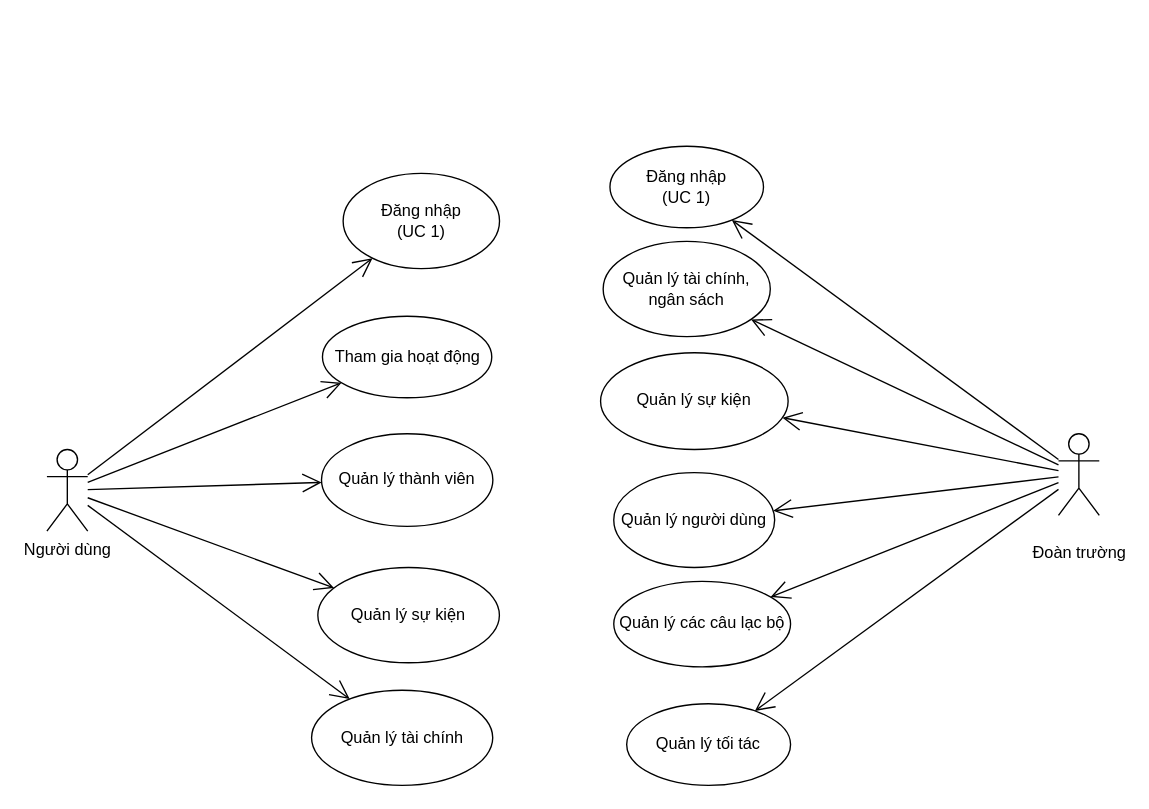
Before: page "usecase" (15 of 18) of Diagram.drawio in DnhTrn/finall_project, a draw.io diagram. Source tidied: cells renumbered, new cells numbered last; positions are measured from the earlier drawing's top-left corner, leaving out a move shared by most shapes. Both pictures are drawn from the tidied source at 136%, with x=0, y=0 at pixel (46, 146).
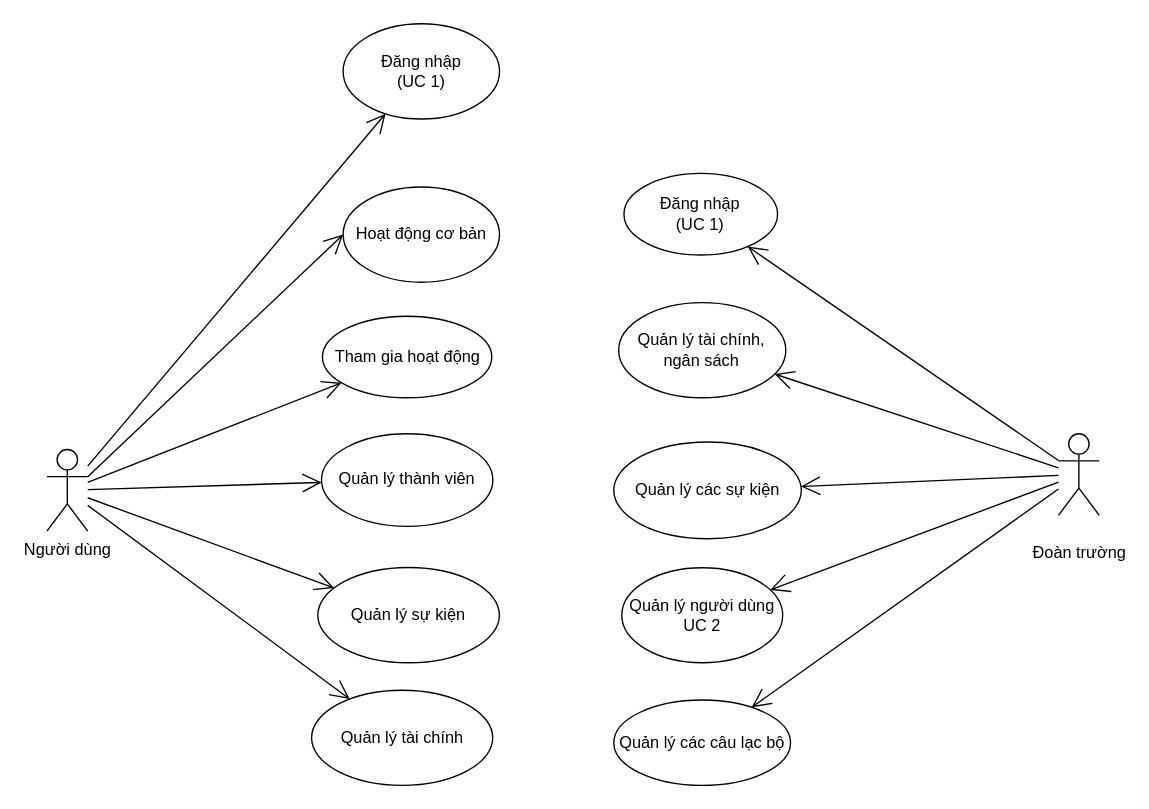
The same page after the edit.

Unchanged cells that the change refers to:
```xml
<mxCell id="2" value="Người dùng" style="shape=umlActor;verticalLabelPosition=bottom;verticalAlign=top;html=1;outlineConnect=0;" parent="1" vertex="1">
  <mxGeometry y="223" width="30" height="60" as="geometry" />
</mxCell>
<mxCell id="3" value="&lt;div&gt;&lt;br&gt;&lt;/div&gt;&lt;div&gt;Đoàn trường&lt;/div&gt;" style="shape=umlActor;verticalLabelPosition=bottom;verticalAlign=top;html=1;outlineConnect=0;" parent="1" vertex="1">
  <mxGeometry x="743.8" y="211.4" width="30" height="60" as="geometry" />
</mxCell>
```

What changed in the source:
```diff
@@
     <mxCell id="5" value="Quản lý các câu lạc bộ" style="ellipse;whiteSpace=wrap;html=1;" parent="1" vertex="1">
-      <mxGeometry x="416.8" y="320" width="130" height="62.8" as="geometry" />
+      <mxGeometry x="416.8" y="407.2" width="130" height="62.8" as="geometry" />
     </mxCell>
@@
     <mxCell id="7" value="Đăng nhập&lt;div&gt;(UC 1)&lt;/div&gt;" style="ellipse;whiteSpace=wrap;html=1;" parent="1" vertex="1">
-      <mxGeometry x="217.8" y="20" width="115" height="70" as="geometry" />
+      <mxGeometry x="217.8" y="-90" width="115" height="70" as="geometry" />
     </mxCell>
@@
-    <mxCell id="15" value="Quản lý&lt;span style=&quot;background-color: initial;&quot;&gt;&amp;nbsp;sự kiện&lt;/span&gt;" style="ellipse;whiteSpace=wrap;html=1;" parent="1" vertex="1">
-      <mxGeometry x="407.1" y="151.9" width="137.9" height="71.1" as="geometry" />
+    <mxCell id="15" value="Quản lý các&lt;span style=&quot;background-color: initial;&quot;&gt;&amp;nbsp;sự kiện&lt;/span&gt;" style="ellipse;whiteSpace=wrap;html=1;" parent="1" vertex="1">
+      <mxGeometry x="416.8" y="217.5" width="137.9" height="71.1" as="geometry" />
     </mxCell>
     <mxCell id="16" value="Quản lý tài chính,&lt;div&gt;&lt;span style=&quot;background-color: initial;&quot;&gt;ngân sách&lt;/span&gt;&lt;/div&gt;" style="ellipse;whiteSpace=wrap;html=1;" parent="1" vertex="1">
-      <mxGeometry x="409" y="70" width="122.9" height="70" as="geometry" />
+      <mxGeometry x="420.4" y="115" width="122.9" height="70" as="geometry" />
     </mxCell>
-    <mxCell id="17" value="Quản lý tối tác" style="ellipse;whiteSpace=wrap;html=1;" parent="1" vertex="1">
-      <mxGeometry x="426.3" y="410" width="120.5" height="60" as="geometry" />
-    </mxCell>
-    <mxCell id="18" value="Quản lý người dùng" style="ellipse;whiteSpace=wrap;html=1;" parent="1" vertex="1">
-      <mxGeometry x="416.8" y="240" width="118.3" height="69.8" as="geometry" />
+    <mxCell id="18" value="Quản lý người dùng&lt;div&gt;UC 2&lt;/div&gt;" style="ellipse;whiteSpace=wrap;html=1;" parent="1" vertex="1">
+      <mxGeometry x="422.7" y="310" width="118.3" height="69.8" as="geometry" />
     </mxCell>
@@
-    <mxCell id="20" style="endArrow=open;endFill=1;endSize=12;html=1;rounded=0;" parent="1" edge="1" source="3" target="17">
-      <mxGeometry relative="1" as="geometry" />
-    </mxCell>
@@
     <mxCell id="24" value="Đăng nhập&lt;div&gt;(UC 1)&lt;/div&gt;" style="ellipse;whiteSpace=wrap;html=1;" parent="1" vertex="1">
-      <mxGeometry x="414" width="112.9" height="60" as="geometry" />
+      <mxGeometry x="424.3" y="20" width="112.9" height="60" as="geometry" />
     </mxCell>
@@
+    <mxCell id="26" value="Hoạt động cơ bản" style="ellipse;whiteSpace=wrap;html=1;" parent="1" vertex="1">
+      <mxGeometry x="217.8" y="30" width="115" height="70" as="geometry" />
+    </mxCell>
+    <mxCell id="27" style="endArrow=open;endFill=1;endSize=12;html=1;rounded=0;exitX=1;exitY=0.3333333333333333;exitDx=0;exitDy=0;exitPerimeter=0;entryX=0;entryY=0.5;entryDx=0;entryDy=0;" parent="1" edge="1" source="2" target="26">
+      <mxGeometry relative="1" as="geometry" />
+    </mxCell>
```
